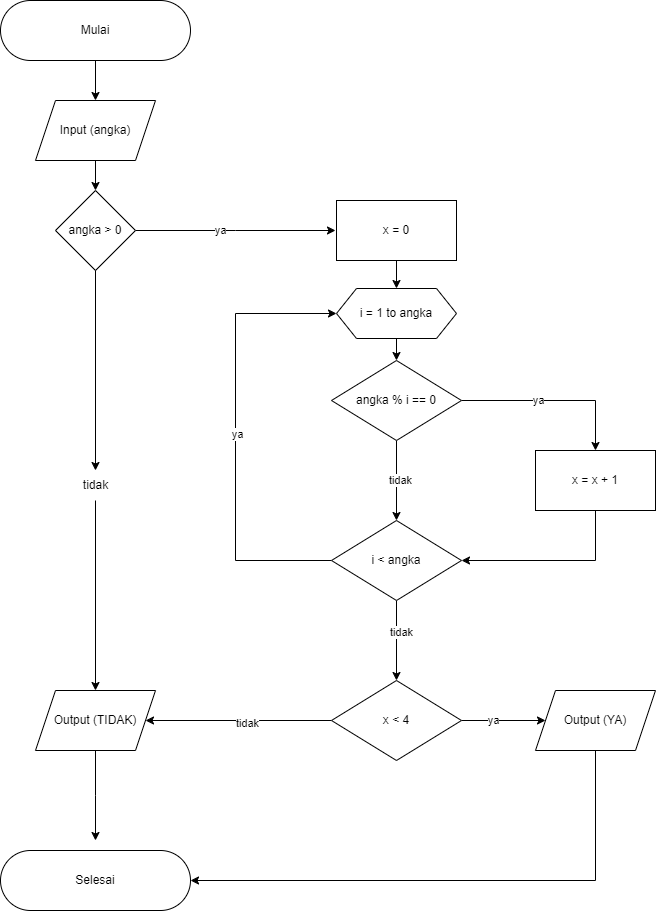
This is Tugas Algoritma/Problem 1 - Bilangan Keren.png from hfzdrmwn96/ALTA-BE23-HAFIZ, a draw.io export, as it was before one commit. Source tidied: cells renumbered, new cells last; positions are measured from the earlier drawing's top-left corner, leaving out a move shared by most shapes. The source it was exported from:
```xml
<mxGraphModel background="#ffffff">
  <root>
    <mxCell id="0" />
    <mxCell id="1" parent="0" />
    <mxCell id="2" style="edgeStyle=orthogonalEdgeStyle;rounded=0;jettySize=auto;html=1;entryX=0.5;entryY=0;entryDx=0;entryDy=0;" parent="1" edge="1" source="3" target="5">
      <mxGeometry relative="1" as="geometry" />
    </mxCell>
    <mxCell id="3" value="Mulai" style="rounded=1;whiteSpace=wrap;html=1;arcSize=50;" parent="1" vertex="1">
      <mxGeometry width="190" height="60" as="geometry" />
    </mxCell>
    <mxCell id="4" style="edgeStyle=orthogonalEdgeStyle;rounded=0;jettySize=auto;html=1;" parent="1" edge="1" source="5" target="10">
      <mxGeometry relative="1" as="geometry" />
    </mxCell>
    <mxCell id="5" value="Input (angka)" style="shape=parallelogram;perimeter=parallelogramPerimeter;whiteSpace=wrap;html=1;fixedSize=1;" parent="1" vertex="1">
      <mxGeometry x="35" y="100" width="120" height="60" as="geometry" />
    </mxCell>
    <mxCell id="6" style="edgeStyle=orthogonalEdgeStyle;rounded=0;jettySize=auto;html=1;" parent="1" edge="1" source="10">
      <mxGeometry relative="1" as="geometry">
        <mxPoint x="335" y="230" as="targetPoint" />
      </mxGeometry>
    </mxCell>
    <mxCell id="7" value="ya" style="edgeLabel;html=1;align=center;verticalAlign=middle;" parent="6" vertex="1">
      <mxGeometry x="-0.17" y="-2" relative="1" as="geometry">
        <mxPoint x="131" y="-2" as="offset" />
      </mxGeometry>
    </mxCell>
    <mxCell id="8" value="ya" style="edgeLabel;html=1;align=center;verticalAlign=middle;" parent="6" vertex="1">
      <mxGeometry x="-0.16" y="1" relative="1" as="geometry" />
    </mxCell>
    <mxCell id="9" style="edgeStyle=orthogonalEdgeStyle;rounded=0;jettySize=auto;html=1;entryX=0.5;entryY=0;entryDx=0;entryDy=0;" parent="1" edge="1" source="32" target="12">
      <mxGeometry relative="1" as="geometry" />
    </mxCell>
    <mxCell id="10" value="angka &amp;gt; 0" style="rhombus;whiteSpace=wrap;html=1;" parent="1" vertex="1">
      <mxGeometry x="55" y="190" width="80" height="80" as="geometry" />
    </mxCell>
    <mxCell id="11" style="edgeStyle=orthogonalEdgeStyle;rounded=0;jettySize=auto;html=1;" parent="1" edge="1" source="12">
      <mxGeometry relative="1" as="geometry">
        <mxPoint x="95" y="840" as="targetPoint" />
      </mxGeometry>
    </mxCell>
    <mxCell id="12" value="Output (TIDAK)" style="shape=parallelogram;perimeter=parallelogramPerimeter;whiteSpace=wrap;html=1;fixedSize=1;" parent="1" vertex="1">
      <mxGeometry x="35" y="690" width="120" height="60" as="geometry" />
    </mxCell>
    <mxCell id="13" value="Selesai" style="rounded=1;whiteSpace=wrap;html=1;arcSize=50;" parent="1" vertex="1">
      <mxGeometry y="850" width="190" height="60" as="geometry" />
    </mxCell>
    <mxCell id="14" style="edgeStyle=orthogonalEdgeStyle;rounded=0;jettySize=auto;html=1;" parent="1" edge="1" target="16">
      <mxGeometry relative="1" as="geometry">
        <mxPoint x="396" y="260" as="sourcePoint" />
      </mxGeometry>
    </mxCell>
    <mxCell id="15" style="edgeStyle=orthogonalEdgeStyle;rounded=0;jettySize=auto;html=1;" parent="1" edge="1" source="16" target="18">
      <mxGeometry relative="1" as="geometry" />
    </mxCell>
    <mxCell id="16" value="x = 0" style="rounded=0;whiteSpace=wrap;html=1;" parent="1" vertex="1">
      <mxGeometry x="336" y="200" width="120" height="60" as="geometry" />
    </mxCell>
    <mxCell id="17" style="edgeStyle=orthogonalEdgeStyle;rounded=0;jettySize=auto;html=1;" parent="1" edge="1" source="18" target="23">
      <mxGeometry relative="1" as="geometry" />
    </mxCell>
    <mxCell id="18" value="i = 1 to angka" style="shape=hexagon;perimeter=hexagonPerimeter2;whiteSpace=wrap;html=1;fixedSize=1;rounded=0;" parent="1" vertex="1">
      <mxGeometry x="336" y="288" width="120" height="50" as="geometry" />
    </mxCell>
    <mxCell id="19" style="edgeStyle=orthogonalEdgeStyle;rounded=0;jettySize=auto;html=1;" parent="1" edge="1" source="23" target="25">
      <mxGeometry relative="1" as="geometry" />
    </mxCell>
    <mxCell id="20" value="ya" style="edgeLabel;html=1;align=center;verticalAlign=middle;" parent="19" vertex="1">
      <mxGeometry x="-0.18" y="1" relative="1" as="geometry" />
    </mxCell>
    <mxCell id="21" style="edgeStyle=orthogonalEdgeStyle;rounded=0;jettySize=auto;html=1;" parent="1" edge="1" source="23" target="30">
      <mxGeometry relative="1" as="geometry" />
    </mxCell>
    <mxCell id="22" value="tidak" style="edgeLabel;html=1;align=center;verticalAlign=middle;" parent="21" vertex="1">
      <mxGeometry x="-0.03" y="3" relative="1" as="geometry" />
    </mxCell>
    <mxCell id="23" value="angka % i == 0" style="rhombus;whiteSpace=wrap;html=1;rounded=0;" parent="1" vertex="1">
      <mxGeometry x="331" y="360" width="130" height="80" as="geometry" />
    </mxCell>
    <mxCell id="24" style="edgeStyle=orthogonalEdgeStyle;rounded=0;jettySize=auto;html=1;entryX=1;entryY=0.5;entryDx=0;entryDy=0;" parent="1" edge="1" source="25" target="30">
      <mxGeometry relative="1" as="geometry">
        <Array as="points">
          <mxPoint x="595" y="560" />
        </Array>
      </mxGeometry>
    </mxCell>
    <mxCell id="25" value="x = x + 1" style="whiteSpace=wrap;html=1;rounded=0;" parent="1" vertex="1">
      <mxGeometry x="535" y="450" width="120" height="60" as="geometry" />
    </mxCell>
    <mxCell id="26" style="edgeStyle=orthogonalEdgeStyle;rounded=0;jettySize=auto;html=1;" parent="1" edge="1" source="30" target="37">
      <mxGeometry relative="1" as="geometry" />
    </mxCell>
    <mxCell id="27" value="tidak" style="edgeLabel;html=1;align=center;verticalAlign=middle;" parent="26" vertex="1">
      <mxGeometry x="-0.23" y="4" relative="1" as="geometry" />
    </mxCell>
    <mxCell id="28" style="edgeStyle=orthogonalEdgeStyle;rounded=0;jettySize=auto;html=1;entryX=0;entryY=0.5;entryDx=0;entryDy=0;" parent="1" edge="1" source="30" target="18">
      <mxGeometry relative="1" as="geometry">
        <Array as="points">
          <mxPoint x="235" y="560" />
          <mxPoint x="235" y="313" />
        </Array>
      </mxGeometry>
    </mxCell>
    <mxCell id="29" value="ya" style="edgeLabel;html=1;align=center;verticalAlign=middle;" parent="28" vertex="1">
      <mxGeometry y="-1" relative="1" as="geometry" />
    </mxCell>
    <mxCell id="30" value="i &amp;lt; angka" style="rhombus;whiteSpace=wrap;html=1;rounded=0;" parent="1" vertex="1">
      <mxGeometry x="331" y="520" width="130" height="80" as="geometry" />
    </mxCell>
    <mxCell id="31" style="edgeStyle=orthogonalEdgeStyle;rounded=0;jettySize=auto;html=1;entryX=0.5;entryY=0;entryDx=0;entryDy=0;" parent="1" edge="1" source="10" target="32">
      <mxGeometry relative="1" as="geometry" />
    </mxCell>
    <mxCell id="32" value="tidak" style="text;html=1;align=center;verticalAlign=middle;points=[];strokeColor=none;fillColor=none;" parent="1" vertex="1">
      <mxGeometry x="70" y="470" width="50" height="30" as="geometry" />
    </mxCell>
    <mxCell id="33" style="edgeStyle=orthogonalEdgeStyle;rounded=0;jettySize=auto;html=1;entryX=1;entryY=0.5;entryDx=0;entryDy=0;" parent="1" edge="1" source="37" target="12">
      <mxGeometry relative="1" as="geometry" />
    </mxCell>
    <mxCell id="34" value="tidak" style="edgeLabel;html=1;align=center;verticalAlign=middle;" parent="33" vertex="1">
      <mxGeometry x="-0.09" y="2" relative="1" as="geometry" />
    </mxCell>
    <mxCell id="35" style="edgeStyle=orthogonalEdgeStyle;rounded=0;jettySize=auto;html=1;" parent="1" edge="1" source="37" target="39">
      <mxGeometry relative="1" as="geometry" />
    </mxCell>
    <mxCell id="36" value="ya" style="edgeLabel;html=1;align=center;verticalAlign=middle;" parent="35" vertex="1">
      <mxGeometry x="-0.29" y="1" relative="1" as="geometry">
        <mxPoint x="1" as="offset" />
      </mxGeometry>
    </mxCell>
    <mxCell id="37" value="x &amp;lt; 4" style="rhombus;whiteSpace=wrap;html=1;rounded=0;" parent="1" vertex="1">
      <mxGeometry x="331" y="680" width="130" height="80" as="geometry" />
    </mxCell>
    <mxCell id="38" style="edgeStyle=orthogonalEdgeStyle;rounded=0;jettySize=auto;html=1;entryX=1;entryY=0.5;entryDx=0;entryDy=0;" parent="1" edge="1" source="39" target="13">
      <mxGeometry relative="1" as="geometry">
        <Array as="points">
          <mxPoint x="595" y="880" />
        </Array>
      </mxGeometry>
    </mxCell>
    <mxCell id="39" value="Output (YA)" style="shape=parallelogram;perimeter=parallelogramPerimeter;whiteSpace=wrap;html=1;fixedSize=1;rounded=0;" parent="1" vertex="1">
      <mxGeometry x="535" y="690" width="120" height="60" as="geometry" />
    </mxCell>
  </root>
</mxGraphModel>
```
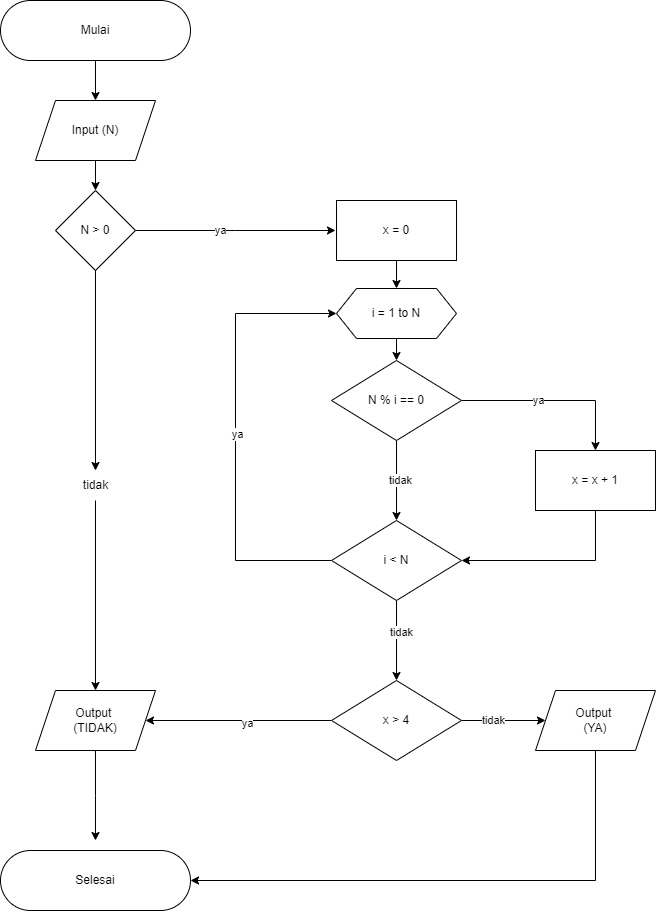
Above is the later version.

Commit message:
revisi problem 1 dan 2

Change to the diagram source:
```diff
@@ -11,7 +11,7 @@
     <mxCell id="4" style="edgeStyle=orthogonalEdgeStyle;rounded=0;jettySize=auto;html=1;" parent="1" edge="1" source="5" target="10">
       <mxGeometry relative="1" as="geometry" />
     </mxCell>
-    <mxCell id="5" value="Input (angka)" style="shape=parallelogram;perimeter=parallelogramPerimeter;whiteSpace=wrap;html=1;fixedSize=1;" parent="1" vertex="1">
+    <mxCell id="5" value="Input (N)" style="shape=parallelogram;perimeter=parallelogramPerimeter;whiteSpace=wrap;html=1;fixedSize=1;" parent="1" vertex="1">
       <mxGeometry x="35" y="100" width="120" height="60" as="geometry" />
     </mxCell>
     <mxCell id="6" style="edgeStyle=orthogonalEdgeStyle;rounded=0;jettySize=auto;html=1;" parent="1" edge="1" source="10">
@@ -30,7 +30,7 @@
     <mxCell id="9" style="edgeStyle=orthogonalEdgeStyle;rounded=0;jettySize=auto;html=1;entryX=0.5;entryY=0;entryDx=0;entryDy=0;" parent="1" edge="1" source="32" target="12">
       <mxGeometry relative="1" as="geometry" />
     </mxCell>
-    <mxCell id="10" value="angka &amp;gt; 0" style="rhombus;whiteSpace=wrap;html=1;" parent="1" vertex="1">
+    <mxCell id="10" value="N &amp;gt; 0" style="rhombus;whiteSpace=wrap;html=1;" parent="1" vertex="1">
       <mxGeometry x="55" y="190" width="80" height="80" as="geometry" />
     </mxCell>
     <mxCell id="11" style="edgeStyle=orthogonalEdgeStyle;rounded=0;jettySize=auto;html=1;" parent="1" edge="1" source="12">
@@ -38,7 +38,7 @@
         <mxPoint x="95" y="840" as="targetPoint" />
       </mxGeometry>
     </mxCell>
-    <mxCell id="12" value="Output (TIDAK)" style="shape=parallelogram;perimeter=parallelogramPerimeter;whiteSpace=wrap;html=1;fixedSize=1;" parent="1" vertex="1">
+    <mxCell id="12" value="Output&amp;nbsp;&lt;div&gt;(TIDAK)&lt;/div&gt;" style="shape=parallelogram;perimeter=parallelogramPerimeter;whiteSpace=wrap;html=1;fixedSize=1;" parent="1" vertex="1">
       <mxGeometry x="35" y="690" width="120" height="60" as="geometry" />
     </mxCell>
     <mxCell id="13" value="Selesai" style="rounded=1;whiteSpace=wrap;html=1;arcSize=50;" parent="1" vertex="1">
@@ -58,7 +58,7 @@
     <mxCell id="17" style="edgeStyle=orthogonalEdgeStyle;rounded=0;jettySize=auto;html=1;" parent="1" edge="1" source="18" target="23">
       <mxGeometry relative="1" as="geometry" />
     </mxCell>
-    <mxCell id="18" value="i = 1 to angka" style="shape=hexagon;perimeter=hexagonPerimeter2;whiteSpace=wrap;html=1;fixedSize=1;rounded=0;" parent="1" vertex="1">
+    <mxCell id="18" value="i = 1 to N" style="shape=hexagon;perimeter=hexagonPerimeter2;whiteSpace=wrap;html=1;fixedSize=1;rounded=0;" parent="1" vertex="1">
       <mxGeometry x="336" y="288" width="120" height="50" as="geometry" />
     </mxCell>
     <mxCell id="19" style="edgeStyle=orthogonalEdgeStyle;rounded=0;jettySize=auto;html=1;" parent="1" edge="1" source="23" target="25">
@@ -73,7 +73,7 @@
     <mxCell id="22" value="tidak" style="edgeLabel;html=1;align=center;verticalAlign=middle;" parent="21" vertex="1">
       <mxGeometry x="-0.03" y="3" relative="1" as="geometry" />
     </mxCell>
-    <mxCell id="23" value="angka % i == 0" style="rhombus;whiteSpace=wrap;html=1;rounded=0;" parent="1" vertex="1">
+    <mxCell id="23" value="N % i == 0" style="rhombus;whiteSpace=wrap;html=1;rounded=0;" parent="1" vertex="1">
       <mxGeometry x="331" y="360" width="130" height="80" as="geometry" />
     </mxCell>
     <mxCell id="24" style="edgeStyle=orthogonalEdgeStyle;rounded=0;jettySize=auto;html=1;entryX=1;entryY=0.5;entryDx=0;entryDy=0;" parent="1" edge="1" source="25" target="30">
@@ -103,7 +103,7 @@
     <mxCell id="29" value="ya" style="edgeLabel;html=1;align=center;verticalAlign=middle;" parent="28" vertex="1">
       <mxGeometry y="-1" relative="1" as="geometry" />
     </mxCell>
-    <mxCell id="30" value="i &amp;lt; angka" style="rhombus;whiteSpace=wrap;html=1;rounded=0;" parent="1" vertex="1">
+    <mxCell id="30" value="i &amp;lt; N" style="rhombus;whiteSpace=wrap;html=1;rounded=0;" parent="1" vertex="1">
       <mxGeometry x="331" y="520" width="130" height="80" as="geometry" />
     </mxCell>
     <mxCell id="31" style="edgeStyle=orthogonalEdgeStyle;rounded=0;jettySize=auto;html=1;entryX=0.5;entryY=0;entryDx=0;entryDy=0;" parent="1" edge="1" source="10" target="32">
@@ -115,18 +115,18 @@
     <mxCell id="33" style="edgeStyle=orthogonalEdgeStyle;rounded=0;jettySize=auto;html=1;entryX=1;entryY=0.5;entryDx=0;entryDy=0;" parent="1" edge="1" source="37" target="12">
       <mxGeometry relative="1" as="geometry" />
     </mxCell>
-    <mxCell id="34" value="tidak" style="edgeLabel;html=1;align=center;verticalAlign=middle;" parent="33" vertex="1">
+    <mxCell id="34" value="ya" style="edgeLabel;html=1;align=center;verticalAlign=middle;" parent="33" vertex="1">
       <mxGeometry x="-0.09" y="2" relative="1" as="geometry" />
     </mxCell>
     <mxCell id="35" style="edgeStyle=orthogonalEdgeStyle;rounded=0;jettySize=auto;html=1;" parent="1" edge="1" source="37" target="39">
       <mxGeometry relative="1" as="geometry" />
     </mxCell>
-    <mxCell id="36" value="ya" style="edgeLabel;html=1;align=center;verticalAlign=middle;" parent="35" vertex="1">
+    <mxCell id="36" value="tidak" style="edgeLabel;html=1;align=center;verticalAlign=middle;" parent="35" vertex="1">
       <mxGeometry x="-0.29" y="1" relative="1" as="geometry">
         <mxPoint x="1" as="offset" />
       </mxGeometry>
     </mxCell>
-    <mxCell id="37" value="x &amp;lt; 4" style="rhombus;whiteSpace=wrap;html=1;rounded=0;" parent="1" vertex="1">
+    <mxCell id="37" value="x &amp;gt; 4" style="rhombus;whiteSpace=wrap;html=1;rounded=0;" parent="1" vertex="1">
       <mxGeometry x="331" y="680" width="130" height="80" as="geometry" />
     </mxCell>
     <mxCell id="38" style="edgeStyle=orthogonalEdgeStyle;rounded=0;jettySize=auto;html=1;entryX=1;entryY=0.5;entryDx=0;entryDy=0;" parent="1" edge="1" source="39" target="13">
@@ -136,7 +136,7 @@
         </Array>
       </mxGeometry>
     </mxCell>
-    <mxCell id="39" value="Output (YA)" style="shape=parallelogram;perimeter=parallelogramPerimeter;whiteSpace=wrap;html=1;fixedSize=1;rounded=0;" parent="1" vertex="1">
+    <mxCell id="39" value="Output&amp;nbsp;&lt;div&gt;(YA)&lt;/div&gt;" style="shape=parallelogram;perimeter=parallelogramPerimeter;whiteSpace=wrap;html=1;fixedSize=1;rounded=0;" parent="1" vertex="1">
       <mxGeometry x="535" y="690" width="120" height="60" as="geometry" />
     </mxCell>
   </root>
```
